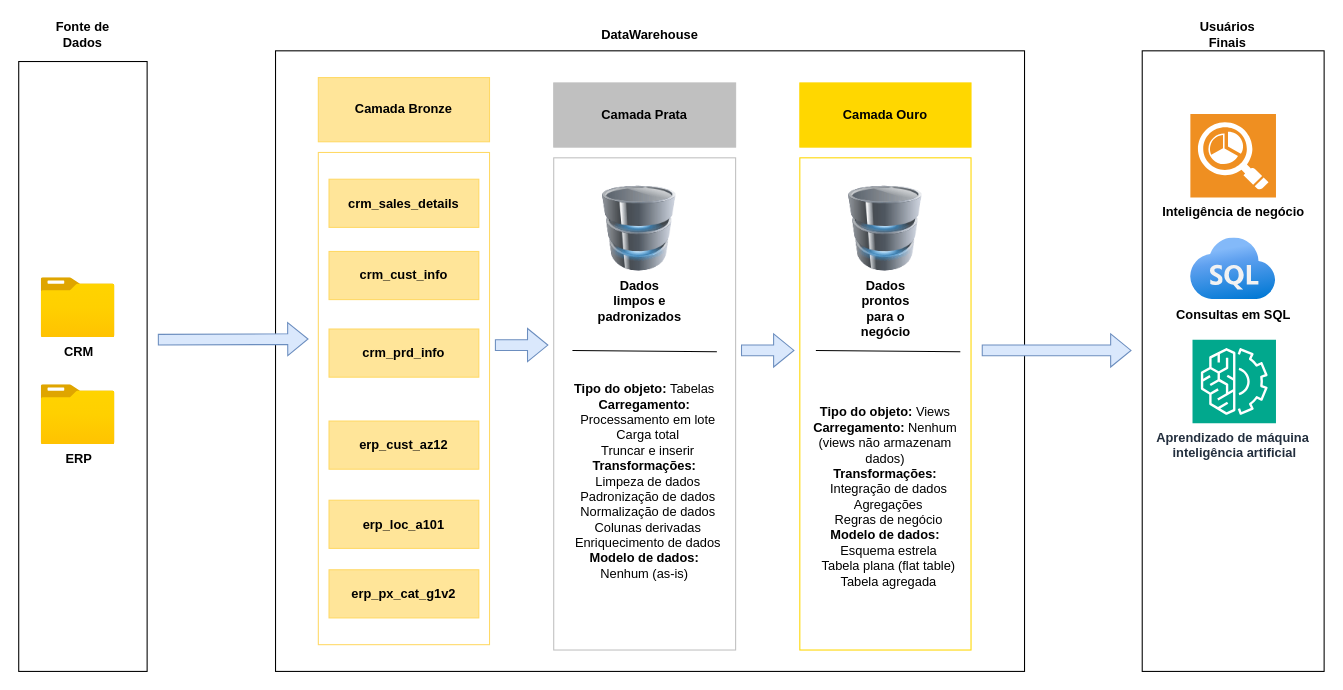
Before: page "DataFlow" (2 of 3) of docs/arquitetura.drawio in reniba/datawarehouse-project, a draw.io diagram. Source tidied: cells renumbered, new cells numbered last; positions are measured from the earlier drawing's top-left corner, leaving out a move shared by most shapes. Both pictures are drawn from the tidied source at 107%, with x=0, y=0 at pixel (18, 18).
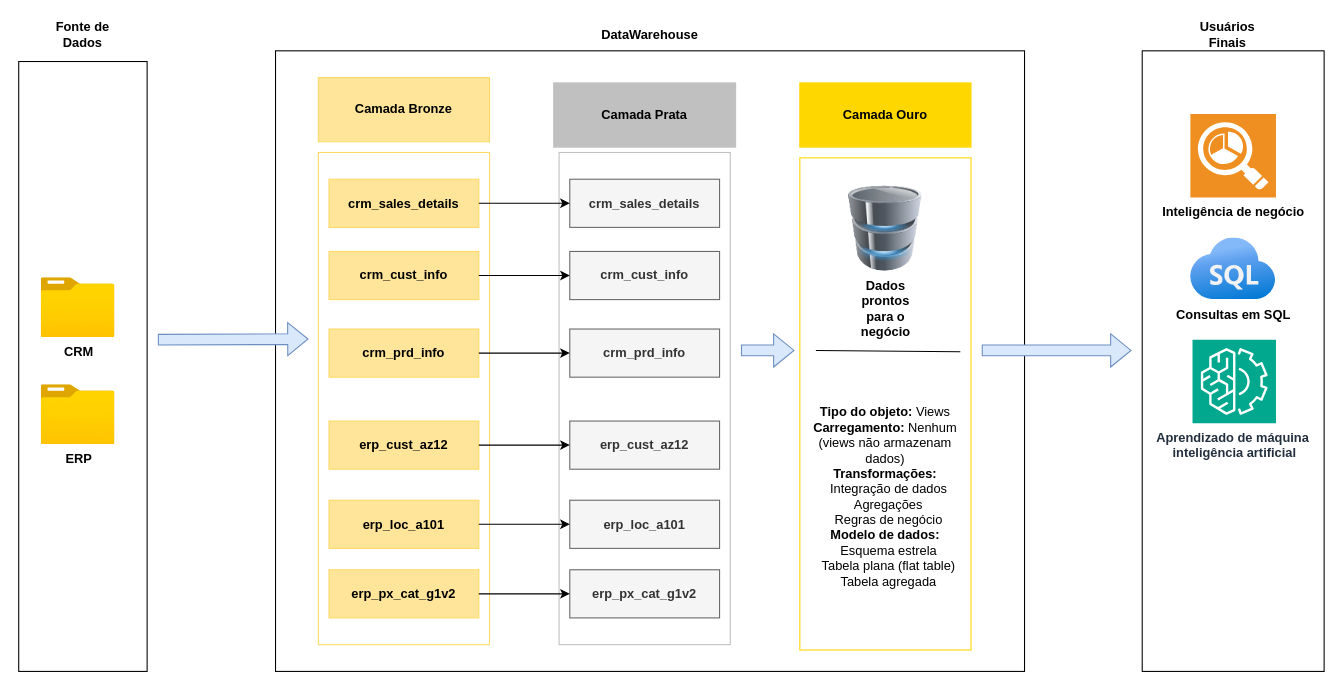
The same diagram, later.

Unchanged cells that the change refers to:
```xml
<mxCell id="30" value="crm_sales_details" style="whiteSpace=wrap;html=1;strokeColor=#FFD966;fillColor=#FFE599;fontStyle=1;" parent="1" vertex="1">
  <mxGeometry x="290" y="150" width="140" height="45" as="geometry" />
</mxCell>
<mxCell id="31" value="crm_cust_info" style="whiteSpace=wrap;html=1;strokeColor=#FFD966;fillColor=#FFE599;fontStyle=1;" parent="1" vertex="1">
  <mxGeometry x="290" y="217.5" width="140" height="45" as="geometry" />
</mxCell>
<mxCell id="32" value="crm_prd_info" style="whiteSpace=wrap;html=1;strokeColor=#FFD966;fillColor=#FFE599;fontStyle=1;" parent="1" vertex="1">
  <mxGeometry x="290" y="290" width="140" height="45" as="geometry" />
</mxCell>
<mxCell id="33" value="erp_cust_az12" style="whiteSpace=wrap;html=1;strokeColor=#FFD966;fillColor=#FFE599;fontStyle=1;" parent="1" vertex="1">
  <mxGeometry x="290" y="376" width="140" height="45" as="geometry" />
</mxCell>
<mxCell id="34" value="erp_loc_a101" style="whiteSpace=wrap;html=1;strokeColor=#FFD966;fillColor=#FFE599;fontStyle=1;" parent="1" vertex="1">
  <mxGeometry x="290" y="450" width="140" height="45" as="geometry" />
</mxCell>
<mxCell id="35" value="erp_px_cat_g1v2" style="whiteSpace=wrap;html=1;strokeColor=#FFD966;fillColor=#FFE599;fontStyle=1;" parent="1" vertex="1">
  <mxGeometry x="290" y="515" width="140" height="45" as="geometry" />
</mxCell>
```

Diff of the diagram source:
```diff
@@
-    <mxCell id="12" style="whiteSpace=wrap;html=1;strokeColor=#C0C0C0;" parent="1" vertex="1">
-      <mxGeometry x="500" y="130" width="170" height="460" as="geometry" />
-    </mxCell>
@@
-    <mxCell id="16" value="&lt;div&gt;&lt;br&gt;&lt;/div&gt;&lt;div&gt;&lt;b&gt;Tipo do objeto: &lt;/b&gt;Tabelas&lt;/div&gt;&lt;div&gt;&lt;b&gt;Carregamento:&lt;/b&gt;&lt;/div&gt;&lt;div&gt;&lt;b&gt;&amp;nbsp; &lt;/b&gt;Processamento em lote&lt;/div&gt;&lt;div&gt;&amp;nbsp; Carga total&lt;/div&gt;&lt;div&gt;&amp;nbsp; Truncar e inserir&lt;/div&gt;&lt;div&gt;&lt;b&gt;Transformações:&lt;/b&gt;&lt;/div&gt;&lt;div&gt;&lt;b&gt;&amp;nbsp; &lt;/b&gt;Limpeza de dados&lt;/div&gt;&lt;div&gt;&amp;nbsp; Padronização de dados&lt;/div&gt;&lt;div&gt;&amp;nbsp; Normalização de dados&lt;/div&gt;&lt;div&gt;&amp;nbsp; Colunas derivadas&lt;/div&gt;&lt;div&gt;&amp;nbsp; Enriquecimento de dados&lt;/div&gt;&lt;div&gt;&lt;b&gt;Modelo de dados:&lt;/b&gt; Nenhum (as-is)&lt;/div&gt;" style="text;html=1;whiteSpace=wrap;strokeColor=none;fillColor=none;align=center;verticalAlign=middle;rounded=0;" parent="1" vertex="1">
-      <mxGeometry x="510" y="290" width="150" height="270" as="geometry" />
-    </mxCell>
@@
-    <mxCell id="18" style="edgeStyle=none;orthogonalLoop=1;jettySize=auto;html=1;rounded=0;endArrow=none;endFill=0;entryX=1;entryY=0;entryDx=0;entryDy=0;" parent="1" edge="1">
-      <mxGeometry relative="1" as="geometry">
-        <mxPoint x="517.5" y="310" as="sourcePoint" />
-        <mxPoint x="652.5" y="311.2" as="targetPoint" />
-      </mxGeometry>
-    </mxCell>
@@
-    <mxCell id="20" value="&lt;div style=&quot;white-space: normal;&quot;&gt;&lt;b&gt;Dados limpos e padronizados&lt;/b&gt;&lt;/div&gt;&lt;div&gt;&lt;b&gt;&lt;br&gt;&lt;/b&gt;&lt;/div&gt;&lt;div&gt;&lt;b&gt;&lt;br&gt;&lt;/b&gt;&lt;/div&gt;" style="image;html=1;image=img/lib/clip_art/computers/Database_128x128.png;labelBackgroundColor=none;" parent="1" vertex="1">
-      <mxGeometry x="540" y="156" width="80" height="80" as="geometry" />
-    </mxCell>
@@
-    <mxCell id="27" style="shape=flexArrow;endArrow=classic;html=1;rounded=0;fillColor=#dae8fc;strokeColor=#6c8ebf;" parent="1" edge="1">
-      <mxGeometry relative="1" as="geometry">
-        <mxPoint x="445" y="305" as="sourcePoint" />
-        <mxPoint x="495" y="305" as="targetPoint" />
-      </mxGeometry>
-    </mxCell>
@@
+    <mxCell id="36" style="whiteSpace=wrap;html=1;labelBorderColor=none;labelBackgroundColor=none;strokeColor=#C0C0C0;" parent="1" vertex="1">
+      <mxGeometry x="505" y="125" width="160" height="460" as="geometry" />
+    </mxCell>
+    <mxCell id="37" value="crm_sales_details" style="whiteSpace=wrap;html=1;strokeColor=#666666;fillColor=#f5f5f5;fontStyle=1;fontColor=#333333;" parent="1" vertex="1">
+      <mxGeometry x="515" y="150" width="140" height="45" as="geometry" />
+    </mxCell>
+    <mxCell id="38" value="crm_cust_info" style="whiteSpace=wrap;html=1;strokeColor=#666666;fillColor=#f5f5f5;fontStyle=1;fontColor=#333333;" parent="1" vertex="1">
+      <mxGeometry x="515" y="217.5" width="140" height="45" as="geometry" />
+    </mxCell>
+    <mxCell id="39" value="crm_prd_info" style="whiteSpace=wrap;html=1;strokeColor=#666666;fillColor=#f5f5f5;fontStyle=1;fontColor=#333333;" parent="1" vertex="1">
+      <mxGeometry x="515" y="290" width="140" height="45" as="geometry" />
+    </mxCell>
+    <mxCell id="40" value="erp_cust_az12" style="whiteSpace=wrap;html=1;strokeColor=#666666;fillColor=#f5f5f5;fontStyle=1;fontColor=#333333;" parent="1" vertex="1">
+      <mxGeometry x="515" y="376" width="140" height="45" as="geometry" />
+    </mxCell>
+    <mxCell id="41" value="erp_loc_a101" style="whiteSpace=wrap;html=1;strokeColor=#666666;fillColor=#f5f5f5;fontStyle=1;fontColor=#333333;" parent="1" vertex="1">
+      <mxGeometry x="515" y="450" width="140" height="45" as="geometry" />
+    </mxCell>
+    <mxCell id="42" value="erp_px_cat_g1v2" style="whiteSpace=wrap;html=1;strokeColor=#666666;fillColor=#f5f5f5;fontStyle=1;fontColor=#333333;" parent="1" vertex="1">
+      <mxGeometry x="515" y="515" width="140" height="45" as="geometry" />
+    </mxCell>
+    <mxCell id="43" style="edgeStyle=orthogonalEdgeStyle;rounded=0;jettySize=auto;html=1;exitX=1;exitY=0.5;exitDx=0;exitDy=0;entryX=0;entryY=0.5;entryDx=0;entryDy=0;" parent="1" edge="1" source="33" target="40">
+      <mxGeometry relative="1" as="geometry" />
+    </mxCell>
+    <mxCell id="44" style="edgeStyle=orthogonalEdgeStyle;rounded=0;jettySize=auto;html=1;exitX=1;exitY=0.5;exitDx=0;exitDy=0;entryX=0;entryY=0.5;entryDx=0;entryDy=0;" parent="1" edge="1" source="34" target="41">
+      <mxGeometry relative="1" as="geometry" />
+    </mxCell>
+    <mxCell id="45" style="edgeStyle=orthogonalEdgeStyle;rounded=0;jettySize=auto;html=1;exitX=1;exitY=0.5;exitDx=0;exitDy=0;entryX=0;entryY=0.5;entryDx=0;entryDy=0;" parent="1" edge="1" source="35" target="42">
+      <mxGeometry relative="1" as="geometry" />
+    </mxCell>
+    <mxCell id="46" style="edgeStyle=orthogonalEdgeStyle;rounded=0;jettySize=auto;html=1;exitX=1;exitY=0.5;exitDx=0;exitDy=0;entryX=0;entryY=0.5;entryDx=0;entryDy=0;" parent="1" edge="1" source="32" target="39">
+      <mxGeometry relative="1" as="geometry" />
+    </mxCell>
+    <mxCell id="47" style="edgeStyle=orthogonalEdgeStyle;rounded=0;jettySize=auto;html=1;exitX=1;exitY=0.5;exitDx=0;exitDy=0;entryX=0;entryY=0.5;entryDx=0;entryDy=0;" parent="1" edge="1" source="30" target="37">
+      <mxGeometry relative="1" as="geometry" />
+    </mxCell>
+    <mxCell id="48" style="edgeStyle=orthogonalEdgeStyle;rounded=0;jettySize=auto;html=1;exitX=1;exitY=0.5;exitDx=0;exitDy=0;entryX=0;entryY=0.5;entryDx=0;entryDy=0;" parent="1" edge="1" source="31" target="38">
+      <mxGeometry relative="1" as="geometry" />
+    </mxCell>
```
